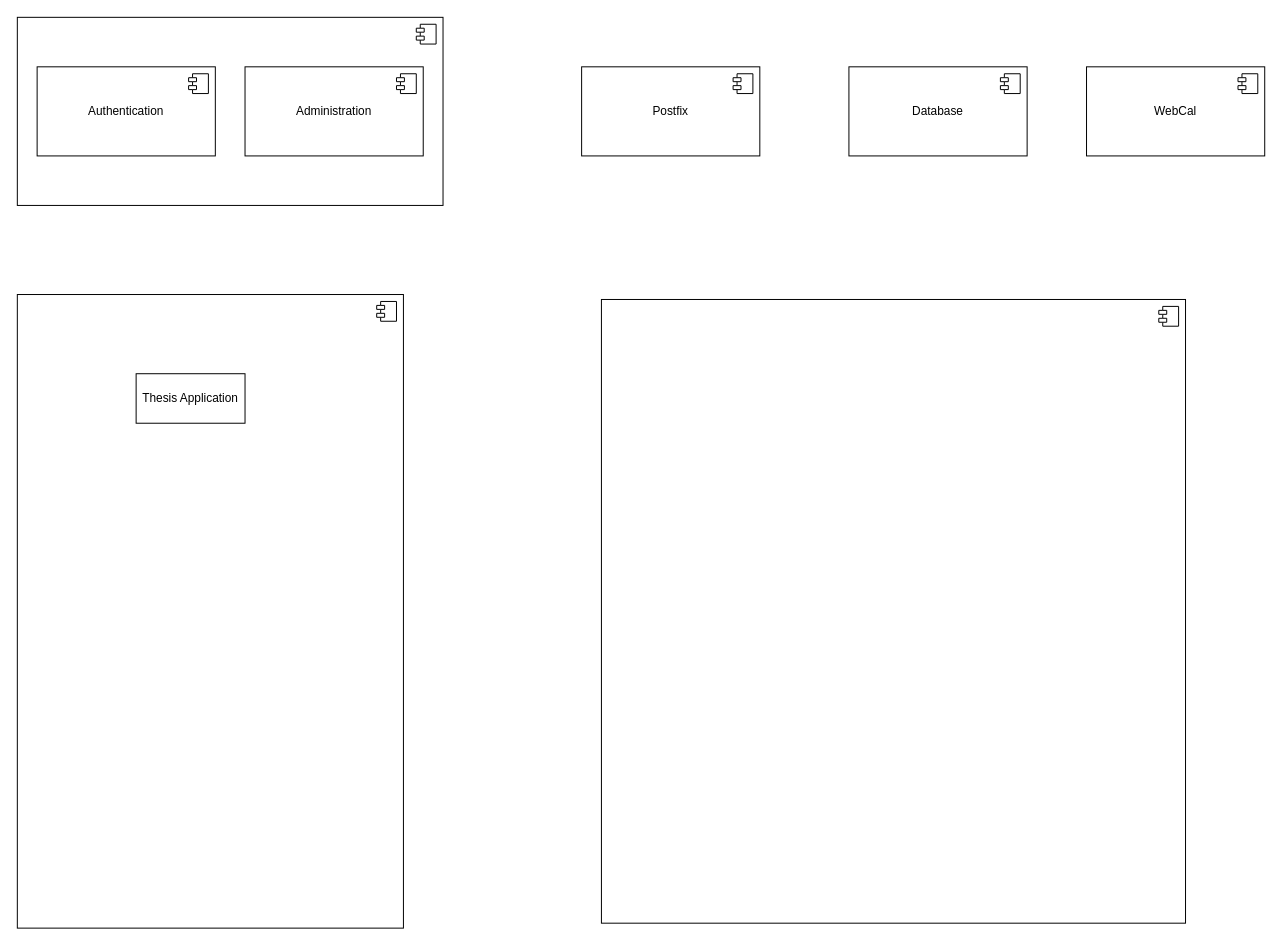
Above: subsystem-decomposition.drawio in fabian-emilius/bachelor-thesis-charts (draw.io), before the change. Source tidied: cells renumbered, new cells numbered last; positions are measured from the earlier drawing's top-left corner, leaving out a move shared by most shapes. Both pictures are drawn from the tidied source at 99%, with x=0, y=0 at pixel (17, 17).
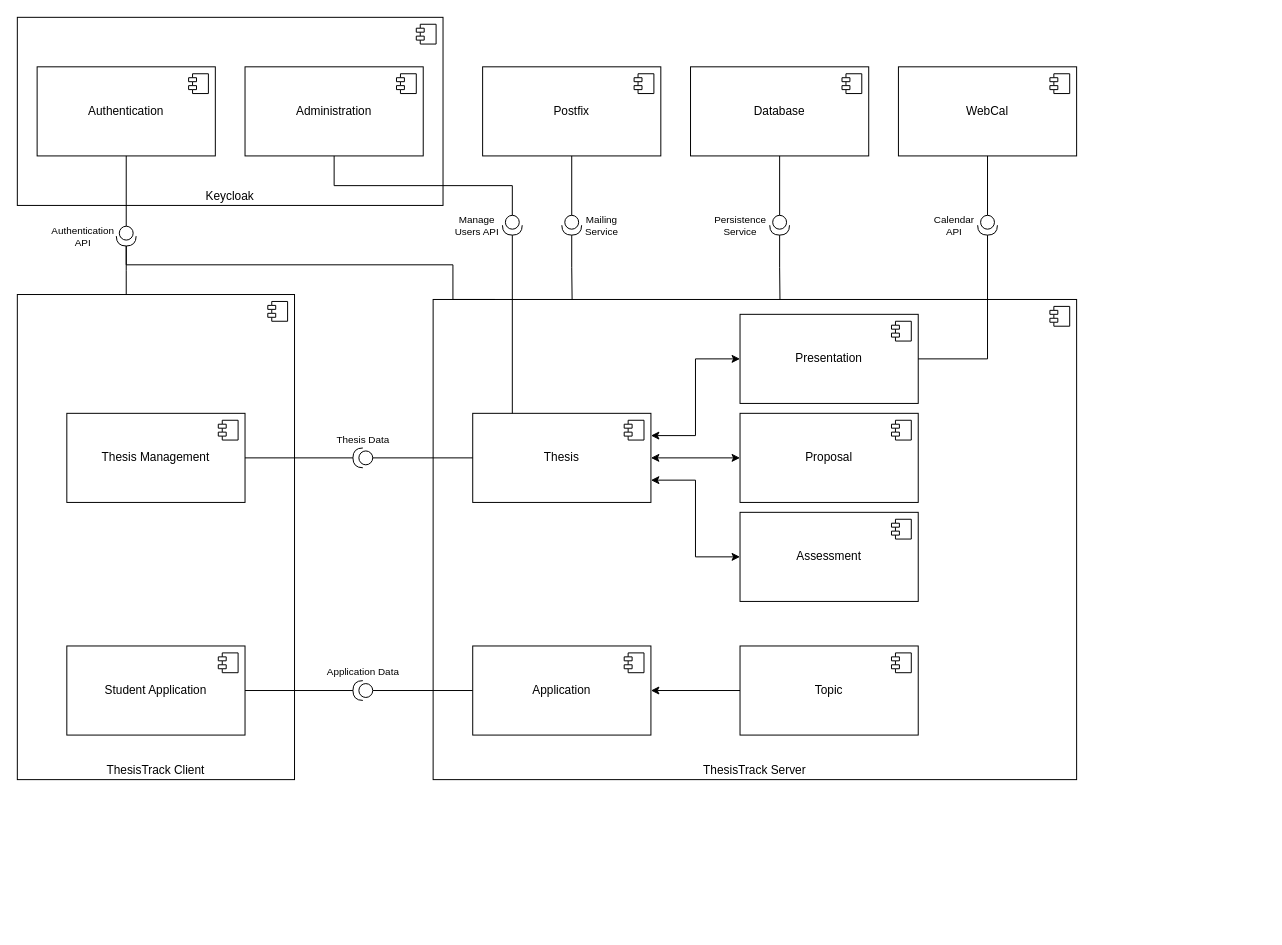
Above is the later version.

The change refers to these unchanged cells:
```xml
<mxCell id="8" value="Authentication" style="html=1;whiteSpace=wrap;" parent="1" vertex="1">
  <mxGeometry x="20" y="50" width="180" height="90" as="geometry" />
</mxCell>
<mxCell id="17" value="Administration" style="html=1;whiteSpace=wrap;" parent="1" vertex="1">
  <mxGeometry x="230" y="50" width="180" height="90" as="geometry" />
</mxCell>
```

The edit, as a diff of the source:
```diff
@@
     <mxCell id="2" value="Postfix" style="html=1;whiteSpace=wrap;" parent="1" vertex="1">
-      <mxGeometry x="570" y="50" width="180" height="90" as="geometry" />
+      <mxGeometry x="470" y="50" width="180" height="90" as="geometry" />
     </mxCell>
@@
     <mxCell id="4" value="Database" style="html=1;whiteSpace=wrap;" parent="1" vertex="1">
-      <mxGeometry x="840" y="50" width="180" height="90" as="geometry" />
+      <mxGeometry x="680" y="50" width="180" height="90" as="geometry" />
     </mxCell>
@@
-    <mxCell id="6" style="html=1;whiteSpace=wrap;" parent="1" vertex="1">
+    <mxCell id="6" value="Keycloak" style="html=1;whiteSpace=wrap;verticalAlign=bottom;" parent="1" vertex="1">
       <mxGeometry width="430" height="190" as="geometry" />
     </mxCell>
@@
-    <mxCell id="10" style="html=1;whiteSpace=wrap;" parent="1" vertex="1">
-      <mxGeometry y="280" width="390" height="640" as="geometry" />
+    <mxCell id="10" value="ThesisTrack Client" style="html=1;whiteSpace=wrap;verticalAlign=bottom;" parent="1" vertex="1">
+      <mxGeometry y="280" width="280" height="490" as="geometry" />
     </mxCell>
@@
-    <mxCell id="12" value="Thesis Application" style="html=1;whiteSpace=wrap;" parent="1" vertex="1">
-      <mxGeometry x="120" y="360" width="110" height="50" as="geometry" />
-    </mxCell>
-    <mxCell id="13" style="html=1;whiteSpace=wrap;" parent="1" vertex="1">
-      <mxGeometry x="590" y="285" width="590" height="630" as="geometry" />
+    <mxCell id="13" value="ThesisTrack Server" style="html=1;whiteSpace=wrap;verticalAlign=bottom;" parent="1" vertex="1">
+      <mxGeometry x="420" y="285" width="650" height="485" as="geometry" />
     </mxCell>
@@
     <mxCell id="15" value="WebCal" style="html=1;whiteSpace=wrap;" parent="1" vertex="1">
-      <mxGeometry x="1080" y="50" width="180" height="90" as="geometry" />
+      <mxGeometry x="890" y="50" width="180" height="90" as="geometry" />
     </mxCell>
@@
+    <mxCell id="19" value="Student Application" style="html=1;whiteSpace=wrap;" parent="1" vertex="1">
+      <mxGeometry x="50" y="635" width="180" height="90" as="geometry" />
+    </mxCell>
+    <mxCell id="20" style="shape=module;jettyWidth=8;jettyHeight=4;" parent="19" vertex="1">
+      <mxGeometry x="1" width="20" height="20" relative="1" as="geometry">
+        <mxPoint x="-27" y="7" as="offset" />
+      </mxGeometry>
+    </mxCell>
+    <mxCell id="21" value="Thesis Management" style="html=1;whiteSpace=wrap;" parent="1" vertex="1">
+      <mxGeometry x="50" y="400" width="180" height="90" as="geometry" />
+    </mxCell>
+    <mxCell id="22" style="shape=module;jettyWidth=8;jettyHeight=4;" parent="21" vertex="1">
+      <mxGeometry x="1" width="20" height="20" relative="1" as="geometry">
+        <mxPoint x="-27" y="7" as="offset" />
+      </mxGeometry>
+    </mxCell>
+    <mxCell id="23" value="&lt;div&gt;&lt;span style=&quot;background-color: initial;&quot;&gt;Application&lt;/span&gt;&lt;br&gt;&lt;/div&gt;" style="html=1;whiteSpace=wrap;" parent="1" vertex="1">
+      <mxGeometry x="460" y="635" width="180" height="90" as="geometry" />
+    </mxCell>
+    <mxCell id="24" style="shape=module;jettyWidth=8;jettyHeight=4;" parent="23" vertex="1">
+      <mxGeometry x="1" width="20" height="20" relative="1" as="geometry">
+        <mxPoint x="-27" y="7" as="offset" />
+      </mxGeometry>
+    </mxCell>
+    <mxCell id="25" style="edgeStyle=orthogonalEdgeStyle;rounded=0;jettySize=auto;html=1;exitX=1;exitY=0.25;exitDx=0;exitDy=0;entryX=0;entryY=0.5;entryDx=0;entryDy=0;endArrow=classic;endFill=1;startArrow=classic;startFill=1;" parent="1" edge="1" source="28" target="30">
+      <mxGeometry relative="1" as="geometry" />
+    </mxCell>
+    <mxCell id="26" style="edgeStyle=orthogonalEdgeStyle;rounded=0;jettySize=auto;html=1;exitX=1;exitY=0.5;exitDx=0;exitDy=0;entryX=0;entryY=0.5;entryDx=0;entryDy=0;startArrow=classic;startFill=1;" parent="1" edge="1" source="28" target="55">
+      <mxGeometry relative="1" as="geometry" />
+    </mxCell>
+    <mxCell id="27" style="edgeStyle=orthogonalEdgeStyle;rounded=0;jettySize=auto;html=1;exitX=1;exitY=0.75;exitDx=0;exitDy=0;entryX=0;entryY=0.5;entryDx=0;entryDy=0;startArrow=classic;startFill=1;" parent="1" edge="1" source="28" target="52">
+      <mxGeometry relative="1" as="geometry" />
+    </mxCell>
+    <mxCell id="28" value="Thesis" style="html=1;whiteSpace=wrap;" parent="1" vertex="1">
+      <mxGeometry x="460" y="400" width="180" height="90" as="geometry" />
+    </mxCell>
+    <mxCell id="29" style="shape=module;jettyWidth=8;jettyHeight=4;" parent="28" vertex="1">
+      <mxGeometry x="1" width="20" height="20" relative="1" as="geometry">
+        <mxPoint x="-27" y="7" as="offset" />
+      </mxGeometry>
+    </mxCell>
+    <mxCell id="30" value="Presentation" style="html=1;whiteSpace=wrap;" parent="1" vertex="1">
+      <mxGeometry x="730" y="300" width="180" height="90" as="geometry" />
+    </mxCell>
+    <mxCell id="31" style="shape=module;jettyWidth=8;jettyHeight=4;" parent="30" vertex="1">
+      <mxGeometry x="1" width="20" height="20" relative="1" as="geometry">
+        <mxPoint x="-27" y="7" as="offset" />
+      </mxGeometry>
+    </mxCell>
+    <mxCell id="32" style="edgeStyle=orthogonalEdgeStyle;rounded=0;jettySize=auto;html=1;exitX=0;exitY=0.5;exitDx=0;exitDy=0;entryX=1;entryY=0.5;entryDx=0;entryDy=0;" parent="1" edge="1" source="33" target="23">
+      <mxGeometry relative="1" as="geometry" />
+    </mxCell>
+    <mxCell id="33" value="Topic" style="html=1;whiteSpace=wrap;" parent="1" vertex="1">
+      <mxGeometry x="730" y="635" width="180" height="90" as="geometry" />
+    </mxCell>
+    <mxCell id="34" style="shape=module;jettyWidth=8;jettyHeight=4;" parent="33" vertex="1">
+      <mxGeometry x="1" width="20" height="20" relative="1" as="geometry">
+        <mxPoint x="-27" y="7" as="offset" />
+      </mxGeometry>
+    </mxCell>
+    <mxCell id="35" style="edgeStyle=orthogonalEdgeStyle;rounded=0;jettySize=auto;html=1;exitX=0;exitY=0.5;exitDx=0;exitDy=0;exitPerimeter=0;entryX=0;entryY=0.5;entryDx=0;entryDy=0;endArrow=none;endFill=0;" parent="1" edge="1" source="37" target="23">
+      <mxGeometry relative="1" as="geometry" />
+    </mxCell>
+    <mxCell id="36" style="edgeStyle=orthogonalEdgeStyle;rounded=0;jettySize=auto;html=1;exitX=1;exitY=0.5;exitDx=0;exitDy=0;exitPerimeter=0;entryX=1;entryY=0.5;entryDx=0;entryDy=0;endArrow=none;endFill=0;" parent="1" edge="1" source="37" target="19">
+      <mxGeometry relative="1" as="geometry" />
+    </mxCell>
+    <mxCell id="37" value="Application Data" style="shape=providedRequiredInterface;html=1;verticalLabelPosition=top;sketch=0;rotation=0;verticalAlign=bottom;fontSize=10;labelPosition=center;align=center;direction=west;flipH=0;" parent="1" vertex="1">
+      <mxGeometry x="339" y="670" width="20" height="20" as="geometry" />
+    </mxCell>
+    <mxCell id="38" style="edgeStyle=orthogonalEdgeStyle;rounded=0;jettySize=auto;html=1;endArrow=none;endFill=0;" parent="1" edge="1" source="40" target="28">
+      <mxGeometry relative="1" as="geometry" />
+    </mxCell>
+    <mxCell id="39" style="edgeStyle=orthogonalEdgeStyle;rounded=0;jettySize=auto;html=1;exitX=1;exitY=0.5;exitDx=0;exitDy=0;exitPerimeter=0;entryX=1;entryY=0.5;entryDx=0;entryDy=0;endArrow=none;endFill=0;" parent="1" edge="1" source="40" target="21">
+      <mxGeometry relative="1" as="geometry" />
+    </mxCell>
+    <mxCell id="40" value="Thesis Data" style="shape=providedRequiredInterface;html=1;verticalLabelPosition=top;sketch=0;rotation=0;horizontal=1;labelPosition=center;align=center;verticalAlign=bottom;fontSize=10;flipH=1;" parent="1" vertex="1">
+      <mxGeometry x="339" y="435" width="20" height="20" as="geometry" />
+    </mxCell>
+    <mxCell id="41" style="edgeStyle=orthogonalEdgeStyle;rounded=0;jettySize=auto;html=1;exitX=0;exitY=0.5;exitDx=0;exitDy=0;exitPerimeter=0;entryX=0.5;entryY=1;entryDx=0;entryDy=0;endArrow=none;endFill=0;" parent="1" edge="1" source="42" target="8">
+      <mxGeometry relative="1" as="geometry" />
+    </mxCell>
+    <mxCell id="42" value="Authentication&lt;div style=&quot;font-size: 10px;&quot;&gt;API&lt;/div&gt;" style="shape=providedRequiredInterface;html=1;verticalLabelPosition=middle;sketch=0;rotation=90;horizontal=0;labelPosition=center;align=center;verticalAlign=middle;spacingRight=88;fontSize=10;" parent="1" vertex="1">
+      <mxGeometry x="100" y="211" width="20" height="20" as="geometry" />
+    </mxCell>
+    <mxCell id="43" style="edgeStyle=orthogonalEdgeStyle;rounded=0;jettySize=auto;html=1;exitX=1;exitY=0.5;exitDx=0;exitDy=0;exitPerimeter=0;endArrow=none;endFill=0;" parent="1" edge="1" source="42">
+      <mxGeometry relative="1" as="geometry">
+        <mxPoint x="110" y="280" as="targetPoint" />
+      </mxGeometry>
+    </mxCell>
+    <mxCell id="44" style="edgeStyle=orthogonalEdgeStyle;rounded=0;jettySize=auto;html=1;exitX=1;exitY=0.5;exitDx=0;exitDy=0;exitPerimeter=0;entryX=0.096;entryY=0;entryDx=0;entryDy=0;entryPerimeter=0;endArrow=none;endFill=0;" parent="1" edge="1" source="42" target="13">
+      <mxGeometry relative="1" as="geometry">
+        <Array as="points">
+          <mxPoint x="110" y="250" />
+          <mxPoint x="440" y="250" />
+          <mxPoint x="440" y="285" />
+        </Array>
+      </mxGeometry>
+    </mxCell>
+    <mxCell id="45" value="Calendar&lt;div style=&quot;font-size: 10px;&quot;&gt;API&lt;/div&gt;" style="shape=providedRequiredInterface;html=1;verticalLabelPosition=middle;sketch=0;rotation=90;horizontal=0;labelPosition=center;align=center;verticalAlign=middle;fontSize=10;spacingRight=68;" parent="1" vertex="1">
+      <mxGeometry x="970" y="200" width="20" height="20" as="geometry" />
+    </mxCell>
+    <mxCell id="46" value="Mailing&lt;div style=&quot;font-size: 10px;&quot;&gt;Service&lt;/div&gt;" style="shape=providedRequiredInterface;html=1;verticalLabelPosition=middle;sketch=0;rotation=90;labelPosition=center;align=center;verticalAlign=middle;horizontal=0;fontSize=10;spacingLeft=60;" parent="1" vertex="1">
+      <mxGeometry x="550" y="200" width="20" height="20" as="geometry" />
+    </mxCell>
+    <mxCell id="47" value="Persistence&lt;div style=&quot;font-size: 10px;&quot;&gt;&lt;span style=&quot;background-color: initial; font-size: 10px;&quot;&gt;Service&lt;/span&gt;&lt;/div&gt;" style="shape=providedRequiredInterface;html=1;verticalLabelPosition=middle;sketch=0;rotation=90;align=center;verticalAlign=middle;horizontal=0;labelPosition=center;spacingRight=80;fontSize=10;" parent="1" vertex="1">
+      <mxGeometry x="760" y="200" width="20" height="20" as="geometry" />
+    </mxCell>
+    <mxCell id="48" style="edgeStyle=orthogonalEdgeStyle;rounded=0;jettySize=auto;html=1;exitX=0.5;exitY=1;exitDx=0;exitDy=0;entryX=0;entryY=0.5;entryDx=0;entryDy=0;entryPerimeter=0;endArrow=none;endFill=0;" parent="1" edge="1" source="2" target="46">
+      <mxGeometry relative="1" as="geometry" />
+    </mxCell>
+    <mxCell id="49" style="edgeStyle=orthogonalEdgeStyle;rounded=0;jettySize=auto;html=1;exitX=1;exitY=0.5;exitDx=0;exitDy=0;exitPerimeter=0;endArrow=none;endFill=0;entryX=0.216;entryY=0.001;entryDx=0;entryDy=0;entryPerimeter=0;" parent="1" edge="1" source="46" target="13">
+      <mxGeometry relative="1" as="geometry" />
+    </mxCell>
+    <mxCell id="50" style="edgeStyle=orthogonalEdgeStyle;rounded=0;jettySize=auto;html=1;exitX=0.5;exitY=1;exitDx=0;exitDy=0;entryX=0;entryY=0.5;entryDx=0;entryDy=0;entryPerimeter=0;endArrow=none;endFill=0;" parent="1" edge="1" source="4" target="47">
+      <mxGeometry relative="1" as="geometry" />
+    </mxCell>
+    <mxCell id="51" style="edgeStyle=orthogonalEdgeStyle;rounded=0;jettySize=auto;html=1;exitX=1;exitY=0.5;exitDx=0;exitDy=0;exitPerimeter=0;entryX=0.539;entryY=0.001;entryDx=0;entryDy=0;entryPerimeter=0;endArrow=none;endFill=0;" parent="1" edge="1" source="47" target="13">
+      <mxGeometry relative="1" as="geometry" />
+    </mxCell>
+    <mxCell id="52" value="Assessment" style="html=1;whiteSpace=wrap;" parent="1" vertex="1">
+      <mxGeometry x="730" y="500" width="180" height="90" as="geometry" />
+    </mxCell>
+    <mxCell id="53" style="shape=module;jettyWidth=8;jettyHeight=4;" parent="52" vertex="1">
+      <mxGeometry x="1" width="20" height="20" relative="1" as="geometry">
+        <mxPoint x="-27" y="7" as="offset" />
+      </mxGeometry>
+    </mxCell>
+    <mxCell id="54" style="edgeStyle=orthogonalEdgeStyle;rounded=0;jettySize=auto;html=1;exitX=0.5;exitY=1;exitDx=0;exitDy=0;entryX=0;entryY=0.5;entryDx=0;entryDy=0;entryPerimeter=0;endArrow=none;endFill=0;" parent="1" edge="1" source="15" target="45">
+      <mxGeometry relative="1" as="geometry" />
+    </mxCell>
+    <mxCell id="55" value="Proposal" style="html=1;whiteSpace=wrap;" parent="1" vertex="1">
+      <mxGeometry x="730" y="400" width="180" height="90" as="geometry" />
+    </mxCell>
+    <mxCell id="56" style="shape=module;jettyWidth=8;jettyHeight=4;" parent="55" vertex="1">
+      <mxGeometry x="1" width="20" height="20" relative="1" as="geometry">
+        <mxPoint x="-27" y="7" as="offset" />
+      </mxGeometry>
+    </mxCell>
+    <mxCell id="57" style="edgeStyle=orthogonalEdgeStyle;rounded=0;jettySize=auto;html=1;exitX=1;exitY=0.5;exitDx=0;exitDy=0;entryX=1;entryY=0.5;entryDx=0;entryDy=0;entryPerimeter=0;endArrow=none;endFill=0;" parent="1" edge="1" source="30" target="45">
+      <mxGeometry relative="1" as="geometry" />
+    </mxCell>
+    <mxCell id="58" style="edgeStyle=orthogonalEdgeStyle;rounded=0;jettySize=auto;html=1;exitX=1;exitY=0.5;exitDx=0;exitDy=0;exitPerimeter=0;endArrow=none;endFill=0;" parent="1" edge="1" source="59">
+      <mxGeometry relative="1" as="geometry">
+        <mxPoint x="500" y="400" as="targetPoint" />
+        <Array as="points">
+          <mxPoint x="500" y="400" />
+        </Array>
+      </mxGeometry>
+    </mxCell>
+    <mxCell id="59" value="Manage&lt;div style=&quot;font-size: 10px;&quot;&gt;Users API&lt;/div&gt;" style="shape=providedRequiredInterface;html=1;verticalLabelPosition=middle;sketch=0;rotation=90;horizontal=0;fontSize=10;labelPosition=center;align=center;verticalAlign=middle;spacingRight=73;" parent="1" vertex="1">
+      <mxGeometry x="490" y="200" width="20" height="20" as="geometry" />
+    </mxCell>
+    <mxCell id="60" style="edgeStyle=orthogonalEdgeStyle;rounded=0;jettySize=auto;html=1;exitX=0.5;exitY=1;exitDx=0;exitDy=0;entryX=0;entryY=0.5;entryDx=0;entryDy=0;entryPerimeter=0;endArrow=none;endFill=0;" parent="1" edge="1" source="17" target="59">
+      <mxGeometry relative="1" as="geometry" />
+    </mxCell>
```
